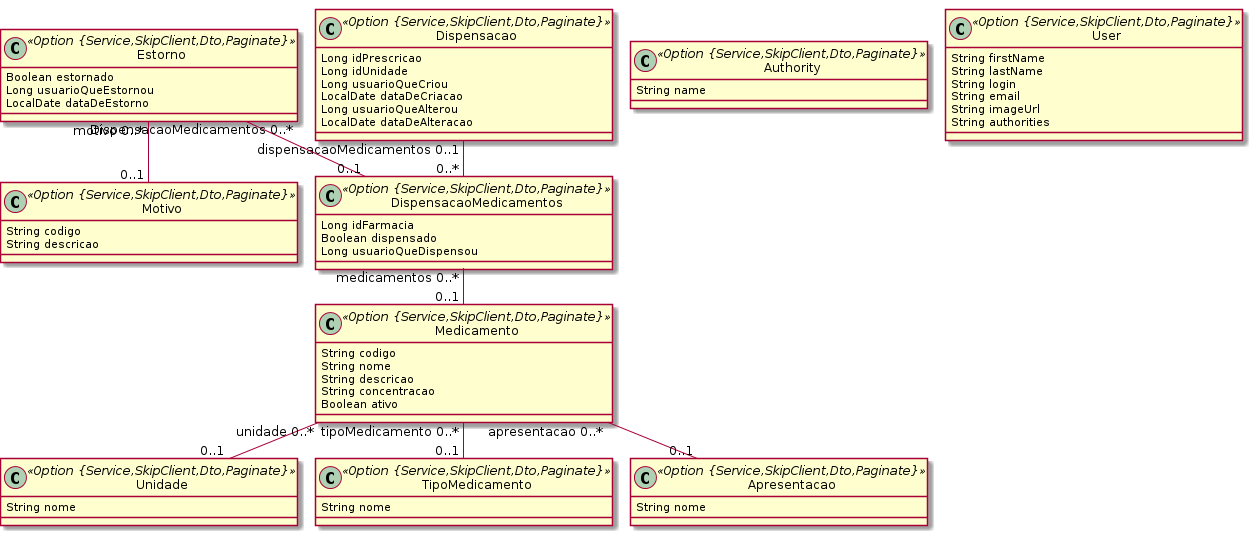
BasisTI/madre keeps this PlantUML diagram as farmacia/farmacia.png. Above is the earlier version.
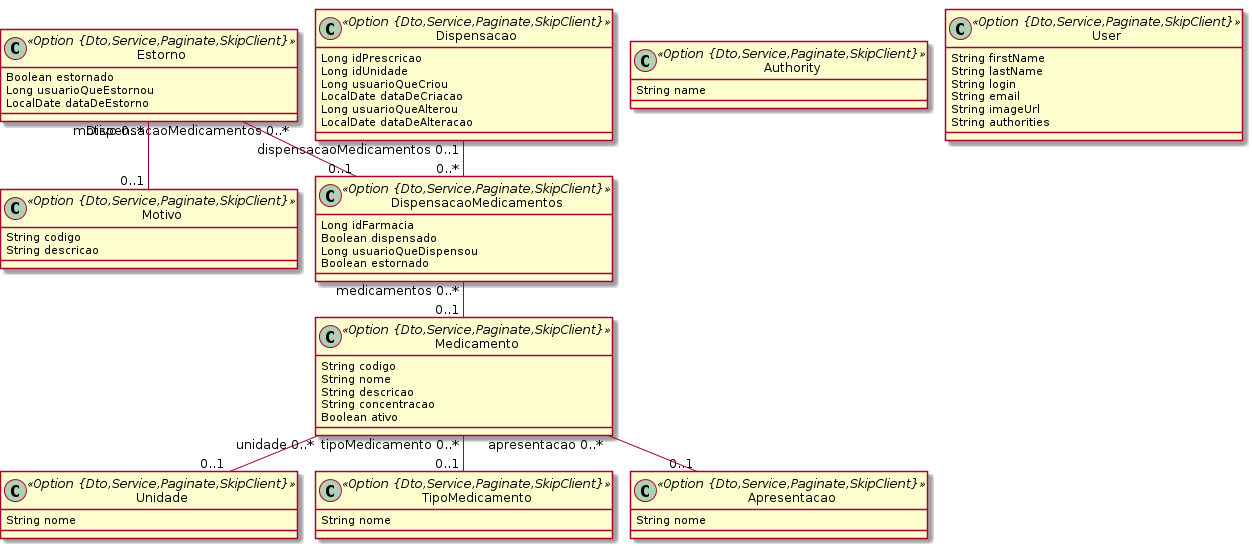
The same diagram one commit later.

The edit, as a diff of the source:
```diff
@@ -1,16 +1,16 @@
 @startuml
 	!pragma graphviz_dot jdot
 	!pragma syntax class
-	class Estorno <<Option {Service,SkipClient,Dto,Paginate}>> {
+	class Estorno <<Option {Dto,Service,Paginate,SkipClient}>> {
 		Boolean estornado
 		Long usuarioQueEstornou
 		LocalDate dataDeEstorno
 	}
-	class Motivo <<Option {Service,SkipClient,Dto,Paginate}>> {
+	class Motivo <<Option {Dto,Service,Paginate,SkipClient}>> {
 		String codigo
 		String descricao
 	}
-	class Dispensacao <<Option {Service,SkipClient,Dto,Paginate}>> {
+	class Dispensacao <<Option {Dto,Service,Paginate,SkipClient}>> {
 		Long idPrescricao
 		Long idUnidade
 		Long usuarioQueCriou
@@ -18,25 +18,26 @@
 		Long usuarioQueAlterou
 		LocalDate dataDeAlteracao
 	}
-	class DispensacaoMedicamentos <<Option {Service,SkipClient,Dto,Paginate}>> {
+	class DispensacaoMedicamentos <<Option {Dto,Service,Paginate,SkipClient}>> {
 		Long idFarmacia
 		Boolean dispensado
 		Long usuarioQueDispensou
+		Boolean estornado
 	}
-	class Medicamento <<Option {Service,SkipClient,Dto,Paginate}>> {
+	class Medicamento <<Option {Dto,Service,Paginate,SkipClient}>> {
 		String codigo
 		String nome
 		String descricao
 		String concentracao
 		Boolean ativo
 	}
-	class Unidade <<Option {Service,SkipClient,Dto,Paginate}>> {
+	class Unidade <<Option {Dto,Service,Paginate,SkipClient}>> {
 		String nome
 	}
-	class TipoMedicamento <<Option {Service,SkipClient,Dto,Paginate}>> {
+	class TipoMedicamento <<Option {Dto,Service,Paginate,SkipClient}>> {
 		String nome
 	}
-	class Apresentacao <<Option {Service,SkipClient,Dto,Paginate}>> {
+	class Apresentacao <<Option {Dto,Service,Paginate,SkipClient}>> {
 		String nome
 	}
 	Dispensacao  "dispensacaoMedicamentos 0..1 " --o "0..* "  DispensacaoMedicamentos
@@ -46,10 +47,10 @@
 	Medicamento  "unidade 0..* " o-- "0..1 "  Unidade
 	Estorno  "DispensacaoMedicamentos 0..* " o-- "0..1 "  DispensacaoMedicamentos
 	Estorno  "motivo 0..* " o-- "0..1 "  Motivo
-	class Authority <<Option {Service,SkipClient,Dto,Paginate}>> {
+	class Authority <<Option {Dto,Service,Paginate,SkipClient}>> {
 		String name
 	}
-	class User <<Option {Service,SkipClient,Dto,Paginate}>> {
+	class User <<Option {Dto,Service,Paginate,SkipClient}>> {
 		String firstName
 		String lastName
 		String login
```
